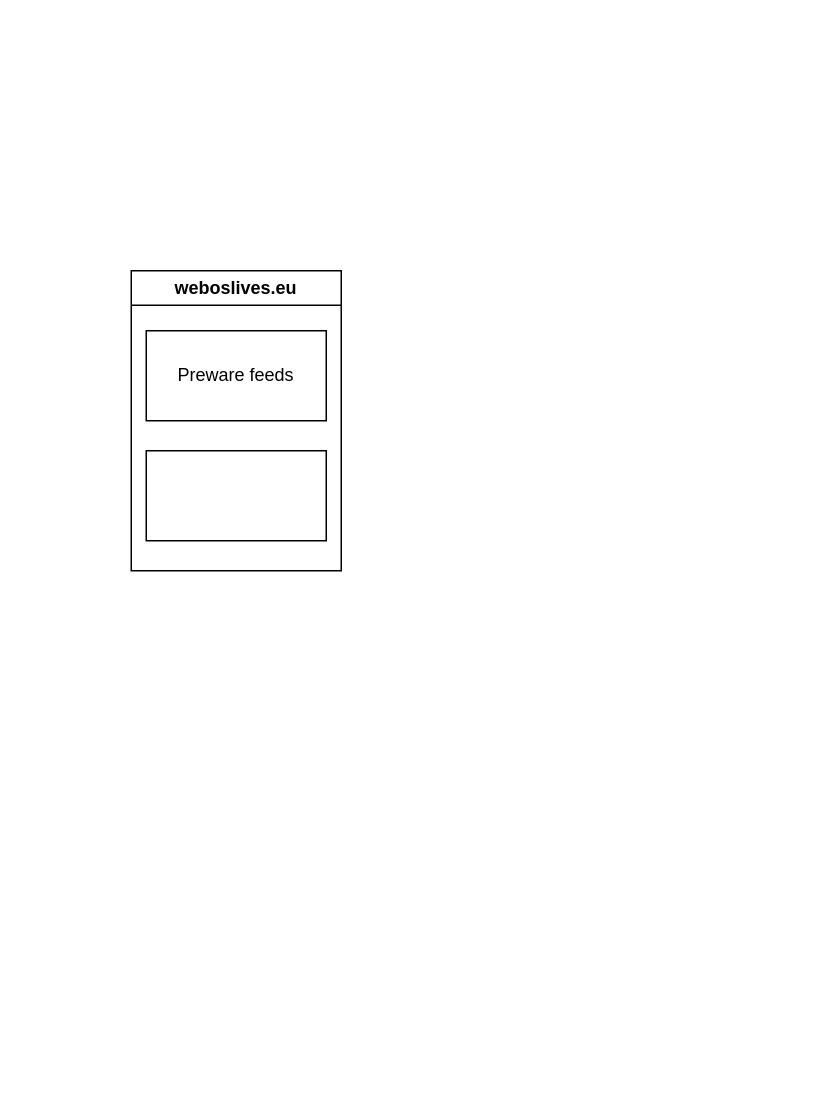
Above: Legacy webOS Services.drawio in h8pewou/legacy_webos (draw.io), before the change. Source tidied: cells renumbered, new cells numbered last; positions are measured from the earlier drawing's top-left corner, leaving out a move shared by most shapes. Both pictures are drawn from the tidied source at 150%, with x=0, y=0 at pixel (130, 270).
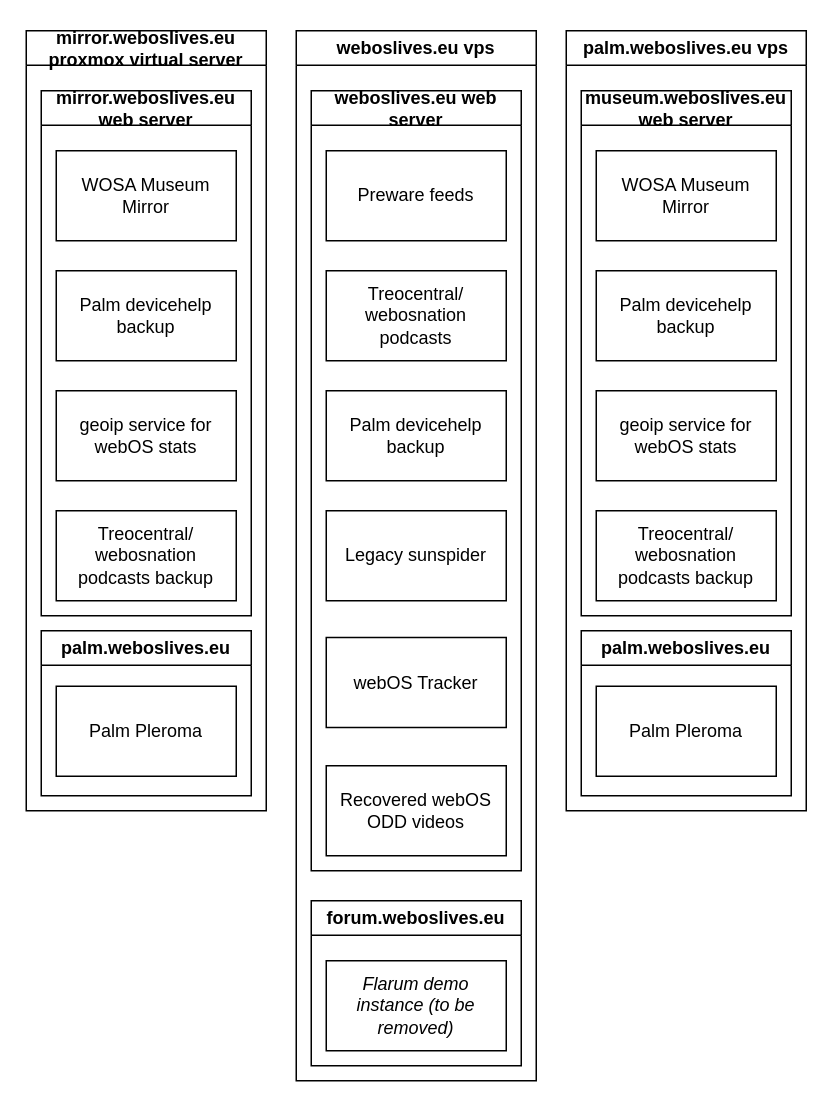
Above is the later version.

What changed in the source:
```diff
@@
+    <mxCell id="5" value="weboslives.eu vps" style="swimlane;whiteSpace=wrap;html=1;" parent="1" vertex="1">
+      <mxGeometry x="110" y="-160" width="160" height="700" as="geometry" />
+    </mxCell>
-    <mxCell id="2" value="weboslives.eu" style="swimlane;whiteSpace=wrap;html=1;" parent="1" vertex="1">
-      <mxGeometry width="140" height="200" as="geometry" />
+    <mxCell id="2" value="weboslives.eu web server" style="swimlane;whiteSpace=wrap;html=1;" parent="5" vertex="1">
+      <mxGeometry x="10" y="40" width="140" height="520" as="geometry" />
     </mxCell>
@@
-    <mxCell id="4" style="rounded=0;whiteSpace=wrap;html=1;" parent="2" vertex="1">
+    <mxCell id="4" value="Treocentral/&lt;br&gt;webosnation podcasts" style="rounded=0;whiteSpace=wrap;html=1;" parent="2" vertex="1">
       <mxGeometry x="10" y="120" width="120" height="60" as="geometry" />
     </mxCell>
+    <mxCell id="6" value="Palm devicehelp backup" style="rounded=0;whiteSpace=wrap;html=1;" parent="2" vertex="1">
+      <mxGeometry x="10" y="200" width="120" height="60" as="geometry" />
+    </mxCell>
+    <mxCell id="7" value="Legacy sunspider" style="rounded=0;whiteSpace=wrap;html=1;" parent="2" vertex="1">
+      <mxGeometry x="10" y="280" width="120" height="60" as="geometry" />
+    </mxCell>
+    <mxCell id="8" value="webOS Tracker" style="rounded=0;whiteSpace=wrap;html=1;" parent="2" vertex="1">
+      <mxGeometry x="10" y="364.5" width="120" height="60" as="geometry" />
+    </mxCell>
+    <mxCell id="9" value="Recovered webOS ODD videos" style="rounded=0;whiteSpace=wrap;html=1;" parent="2" vertex="1">
+      <mxGeometry x="10" y="450" width="120" height="60" as="geometry" />
+    </mxCell>
+    <mxCell id="10" value="forum.weboslives.eu" style="swimlane;whiteSpace=wrap;html=1;" parent="5" vertex="1">
+      <mxGeometry x="10" y="580" width="140" height="110" as="geometry" />
+    </mxCell>
+    <mxCell id="11" value="Flarum demo instance (to be removed)" style="rounded=0;whiteSpace=wrap;html=1;fontStyle=2;" parent="10" vertex="1">
+      <mxGeometry x="10" y="40" width="120" height="60" as="geometry" />
+    </mxCell>
+    <mxCell id="12" value="palm.weboslives.eu vps" style="swimlane;whiteSpace=wrap;html=1;" parent="1" vertex="1">
+      <mxGeometry x="290" y="-160" width="160" height="520" as="geometry" />
+    </mxCell>
+    <mxCell id="13" value="palm.weboslives.eu" style="swimlane;whiteSpace=wrap;html=1;" parent="12" vertex="1">
+      <mxGeometry x="10" y="400" width="140" height="110" as="geometry" />
+    </mxCell>
+    <mxCell id="14" value="Palm Pleroma" style="rounded=0;whiteSpace=wrap;html=1;" parent="13" vertex="1">
+      <mxGeometry x="10" y="37" width="120" height="60" as="geometry" />
+    </mxCell>
+    <mxCell id="15" value="museum.weboslives.eu web server" style="swimlane;whiteSpace=wrap;html=1;" parent="12" vertex="1">
+      <mxGeometry x="10" y="40" width="140" height="350" as="geometry" />
+    </mxCell>
+    <mxCell id="16" value="WOSA Museum Mirror" style="rounded=0;whiteSpace=wrap;html=1;" parent="15" vertex="1">
+      <mxGeometry x="10" y="40" width="120" height="60" as="geometry" />
+    </mxCell>
+    <mxCell id="17" value="Palm devicehelp backup" style="rounded=0;whiteSpace=wrap;html=1;" parent="15" vertex="1">
+      <mxGeometry x="10" y="120" width="120" height="60" as="geometry" />
+    </mxCell>
+    <mxCell id="18" value="geoip service for webOS stats" style="rounded=0;whiteSpace=wrap;html=1;" parent="15" vertex="1">
+      <mxGeometry x="10" y="200" width="120" height="60" as="geometry" />
+    </mxCell>
+    <mxCell id="19" value="Treocentral/&lt;br style=&quot;border-color: var(--border-color);&quot;&gt;webosnation podcasts backup" style="rounded=0;whiteSpace=wrap;html=1;" parent="15" vertex="1">
+      <mxGeometry x="10" y="280" width="120" height="60" as="geometry" />
+    </mxCell>
+    <mxCell id="20" value="mirror.weboslives.eu proxmox virtual server" style="swimlane;whiteSpace=wrap;html=1;" parent="1" vertex="1">
+      <mxGeometry x="-70" y="-160" width="160" height="520" as="geometry" />
+    </mxCell>
+    <mxCell id="21" value="palm.weboslives.eu" style="swimlane;whiteSpace=wrap;html=1;" parent="20" vertex="1">
+      <mxGeometry x="10" y="400" width="140" height="110" as="geometry" />
+    </mxCell>
+    <mxCell id="22" value="Palm Pleroma" style="rounded=0;whiteSpace=wrap;html=1;" parent="21" vertex="1">
+      <mxGeometry x="10" y="37" width="120" height="60" as="geometry" />
+    </mxCell>
+    <mxCell id="23" value="mirror.weboslives.eu web server" style="swimlane;whiteSpace=wrap;html=1;" parent="20" vertex="1">
+      <mxGeometry x="10" y="40" width="140" height="350" as="geometry" />
+    </mxCell>
+    <mxCell id="24" value="WOSA Museum Mirror" style="rounded=0;whiteSpace=wrap;html=1;" parent="23" vertex="1">
+      <mxGeometry x="10" y="40" width="120" height="60" as="geometry" />
+    </mxCell>
+    <mxCell id="25" value="Palm devicehelp backup" style="rounded=0;whiteSpace=wrap;html=1;" parent="23" vertex="1">
+      <mxGeometry x="10" y="120" width="120" height="60" as="geometry" />
+    </mxCell>
+    <mxCell id="26" value="geoip service for webOS stats" style="rounded=0;whiteSpace=wrap;html=1;" parent="23" vertex="1">
+      <mxGeometry x="10" y="200" width="120" height="60" as="geometry" />
+    </mxCell>
+    <mxCell id="27" value="Treocentral/&lt;br style=&quot;border-color: var(--border-color);&quot;&gt;webosnation podcasts backup" style="rounded=0;whiteSpace=wrap;html=1;" parent="23" vertex="1">
+      <mxGeometry x="10" y="280" width="120" height="60" as="geometry" />
+    </mxCell>
```
